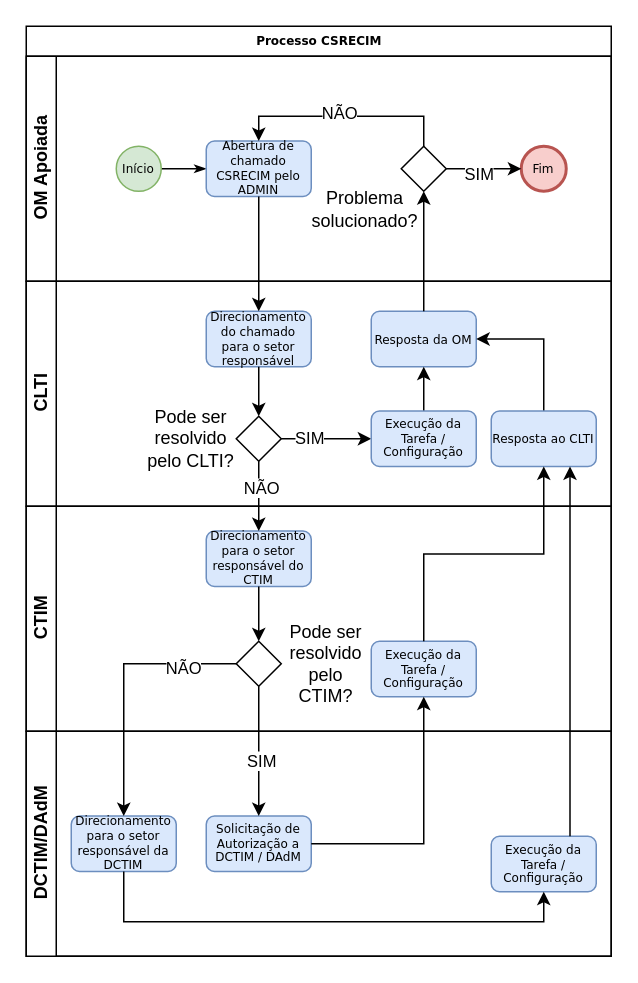
The draw.io diagram Procedimento CSRECIM.drawio in Joaovictor-gf/draw.io, before the edit. Source tidied: cells renumbered, new cells numbered last; positions are measured from the earlier drawing's top-left corner, leaving out a move shared by most shapes. Both pictures are drawn from the tidied source at 150%, with x=0, y=0 at pixel (26, 26).
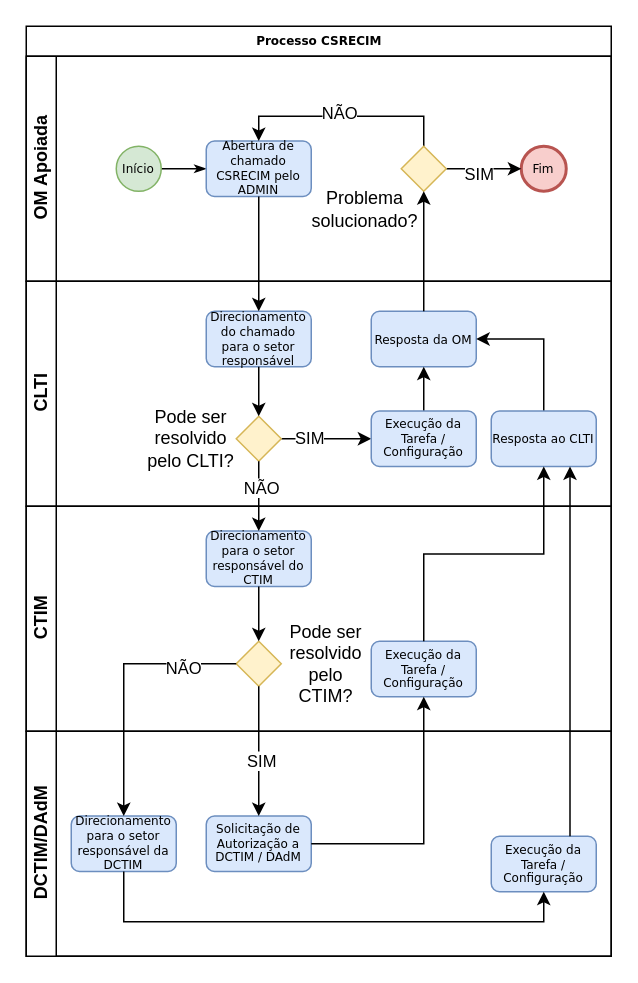
The same page after the edit.

The change refers to these unchanged cells:
```xml
<mxCell id="3" value="OM Apoiada" style="swimlane;html=1;startSize=20;horizontal=0;" parent="2" vertex="1">
  <mxGeometry y="20" width="390" height="150" as="geometry" />
</mxCell>
<mxCell id="14" value="CLTI" style="swimlane;html=1;startSize=20;horizontal=0;" parent="2" vertex="1">
  <mxGeometry y="170" width="390" height="150" as="geometry" />
</mxCell>
<mxCell id="26" value="CTIM" style="swimlane;html=1;startSize=20;horizontal=0;" parent="2" vertex="1">
  <mxGeometry y="320" width="390" height="150" as="geometry" />
</mxCell>
```

The edit, as a diff of the source:
```diff
@@
-    <mxCell id="12" style="strokeWidth=1;html=1;shape=mxgraph.flowchart.decision;whiteSpace=wrap;rounded=1;shadow=0;labelBackgroundColor=none;fontFamily=Verdana;fontSize=8;align=center;" parent="3" vertex="1">
+    <mxCell id="12" style="strokeWidth=1;html=1;shape=mxgraph.flowchart.decision;whiteSpace=wrap;rounded=1;shadow=0;labelBackgroundColor=none;fontFamily=Verdana;fontSize=8;align=center;fillColor=#fff2cc;strokeColor=#d6b656;" parent="3" vertex="1">
       <mxGeometry x="250" y="60" width="30" height="30" as="geometry" />
     </mxCell>
@@
-    <mxCell id="19" style="strokeWidth=1;html=1;shape=mxgraph.flowchart.decision;whiteSpace=wrap;rounded=1;shadow=0;labelBackgroundColor=none;fontFamily=Verdana;fontSize=8;align=center;" parent="14" vertex="1">
+    <mxCell id="19" style="strokeWidth=1;html=1;shape=mxgraph.flowchart.decision;whiteSpace=wrap;rounded=1;shadow=0;labelBackgroundColor=none;fontFamily=Verdana;fontSize=8;align=center;fillColor=#fff2cc;strokeColor=#d6b656;" parent="14" vertex="1">
       <mxGeometry x="140" y="90" width="30" height="30" as="geometry" />
     </mxCell>
@@
-    <mxCell id="28" style="strokeWidth=1;html=1;shape=mxgraph.flowchart.decision;whiteSpace=wrap;rounded=1;shadow=0;labelBackgroundColor=none;fontFamily=Verdana;fontSize=8;align=center;" parent="26" vertex="1">
+    <mxCell id="28" style="strokeWidth=1;html=1;shape=mxgraph.flowchart.decision;whiteSpace=wrap;rounded=1;shadow=0;labelBackgroundColor=none;fontFamily=Verdana;fontSize=8;align=center;fillColor=#fff2cc;strokeColor=#d6b656;" parent="26" vertex="1">
       <mxGeometry x="140" y="90" width="30" height="30" as="geometry" />
     </mxCell>
```
